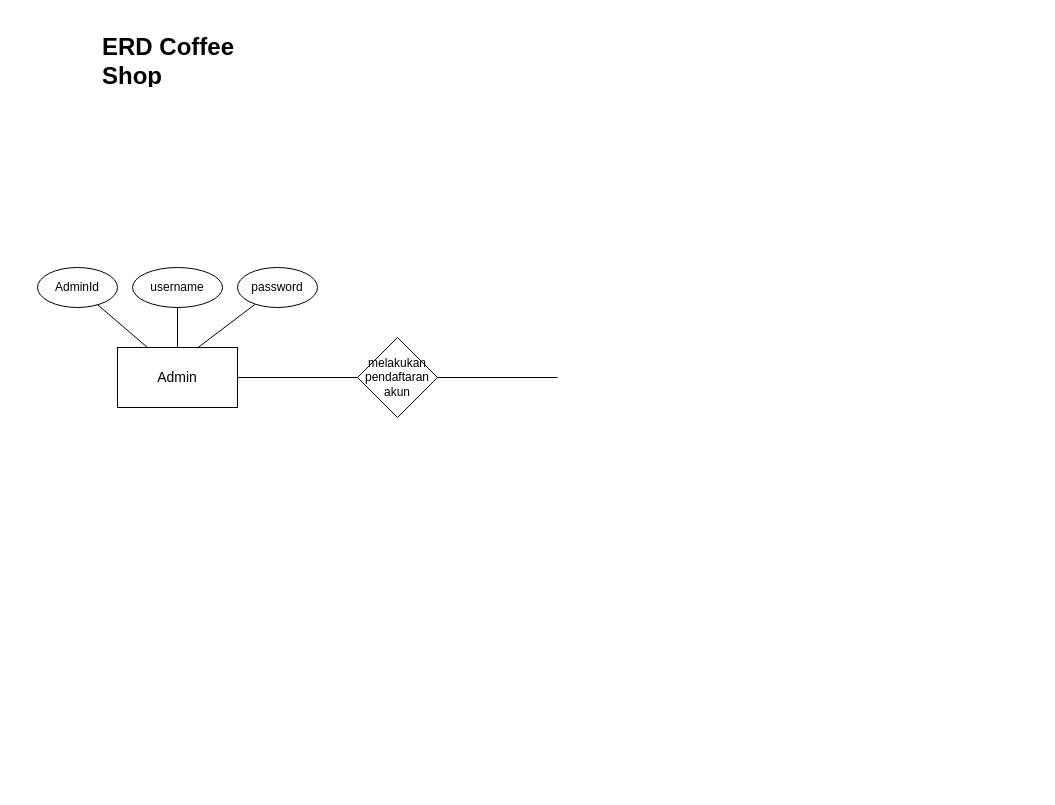
This is ErdCoffeeShop.drawio from abidalbaihaqi/CoffeeShop, a draw.io file, before an edit. Source tidied: cells renumbered, new cells numbered last; positions are measured from the earlier drawing's top-left corner, leaving out a move shared by most shapes. Both pictures are drawn from the tidied source at 100%, with x=0, y=0 at pixel (37, 27).
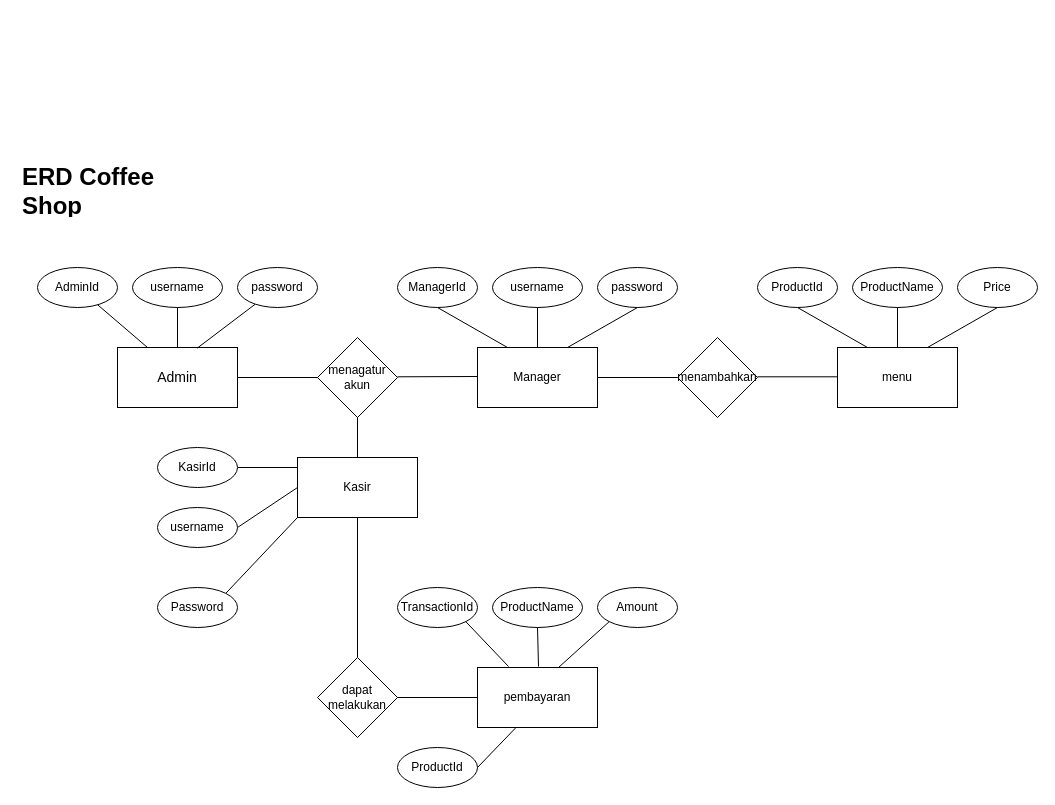
Above is the later version.

The edit, as a diff of the source:
```diff
@@
     <mxCell id="2" value="&lt;h1&gt;ERD Coffee Shop&lt;/h1&gt;" style="text;html=1;strokeColor=none;fillColor=none;spacing=5;spacingTop=-20;whiteSpace=wrap;overflow=hidden;rounded=0;" parent="1" vertex="1">
-      <mxGeometry x="60" width="190" height="60" as="geometry" />
+      <mxGeometry x="-20" y="130" width="190" height="60" as="geometry" />
     </mxCell>
@@
-    <mxCell id="9" style="endArrow=none;html=1;rounded=0;" parent="1" edge="1" target="10">
-      <mxGeometry relative="1" as="geometry">
-        <mxPoint x="200" y="350" as="sourcePoint" />
-      </mxGeometry>
-    </mxCell>
-    <mxCell id="10" value="melakukan pendaftaran akun" style="rhombus;whiteSpace=wrap;html=1;" parent="1" vertex="1">
-      <mxGeometry x="320" y="310" width="80" height="80" as="geometry" />
+    <mxCell id="10" value="menagatur akun" style="rhombus;whiteSpace=wrap;html=1;" parent="1" vertex="1">
+      <mxGeometry x="280" y="310" width="80" height="80" as="geometry" />
     </mxCell>
@@
     <mxCell id="12" style="endArrow=none;html=1;rounded=0;" parent="1" edge="1">
       <mxGeometry relative="1" as="geometry">
-        <mxPoint x="400" y="350" as="sourcePoint" />
-        <mxPoint x="520" y="350" as="targetPoint" />
+        <mxPoint x="360" y="349.3" as="sourcePoint" />
+        <mxPoint x="440" y="349" as="targetPoint" />
       </mxGeometry>
     </mxCell>
+    <mxCell id="13" value="Manager" style="rounded=0;whiteSpace=wrap;html=1;" parent="1" vertex="1">
+      <mxGeometry x="440" y="320" width="120" height="60" as="geometry" />
+    </mxCell>
+    <mxCell id="14" value="password" style="ellipse;whiteSpace=wrap;html=1;" parent="1" vertex="1">
+      <mxGeometry x="560" y="240" width="80" height="40" as="geometry" />
+    </mxCell>
+    <mxCell id="15" value="username" style="ellipse;whiteSpace=wrap;html=1;" parent="1" vertex="1">
+      <mxGeometry x="455" y="240" width="90" height="40" as="geometry" />
+    </mxCell>
+    <mxCell id="16" value="ManagerId" style="ellipse;whiteSpace=wrap;html=1;" parent="1" vertex="1">
+      <mxGeometry x="360" y="240" width="80" height="40" as="geometry" />
+    </mxCell>
+    <mxCell id="17" style="endArrow=none;html=1;rounded=0;entryX=0.5;entryY=1;entryDx=0;entryDy=0;exitX=0.75;exitY=0;exitDx=0;exitDy=0;" parent="1" edge="1" source="13" target="14">
+      <mxGeometry relative="1" as="geometry" />
+    </mxCell>
+    <mxCell id="18" style="endArrow=none;html=1;rounded=0;entryX=0.5;entryY=1;entryDx=0;entryDy=0;exitX=0.5;exitY=0;exitDx=0;exitDy=0;" parent="1" edge="1" source="13" target="15">
+      <mxGeometry relative="1" as="geometry" />
+    </mxCell>
+    <mxCell id="19" style="endArrow=none;html=1;rounded=0;entryX=0.5;entryY=1;entryDx=0;entryDy=0;exitX=0.25;exitY=0;exitDx=0;exitDy=0;" parent="1" edge="1" source="13" target="16">
+      <mxGeometry relative="1" as="geometry" />
+    </mxCell>
+    <mxCell id="20" style="endArrow=none;html=1;rounded=0;entryX=0;entryY=0.5;entryDx=0;entryDy=0;" parent="1" edge="1" target="10">
+      <mxGeometry relative="1" as="geometry">
+        <mxPoint x="200" y="350" as="sourcePoint" />
+      </mxGeometry>
+    </mxCell>
+    <mxCell id="21" style="endArrow=none;html=1;rounded=0;" parent="1" edge="1">
+      <mxGeometry relative="1" as="geometry">
+        <mxPoint x="560" y="350" as="sourcePoint" />
+        <mxPoint x="640" y="350" as="targetPoint" />
+      </mxGeometry>
+    </mxCell>
+    <mxCell id="22" value="menambahkan" style="rhombus;whiteSpace=wrap;html=1;" parent="1" vertex="1">
+      <mxGeometry x="640" y="310" width="80" height="80" as="geometry" />
+    </mxCell>
+    <mxCell id="23" value="menu" style="rounded=0;whiteSpace=wrap;html=1;" parent="1" vertex="1">
+      <mxGeometry x="800" y="320" width="120" height="60" as="geometry" />
+    </mxCell>
+    <mxCell id="24" style="endArrow=none;html=1;rounded=0;" parent="1" edge="1">
+      <mxGeometry relative="1" as="geometry">
+        <mxPoint x="720" y="349.3" as="sourcePoint" />
+        <mxPoint x="800" y="349.3" as="targetPoint" />
+      </mxGeometry>
+    </mxCell>
+    <mxCell id="25" value="Price" style="ellipse;whiteSpace=wrap;html=1;" parent="1" vertex="1">
+      <mxGeometry x="920" y="240" width="80" height="40" as="geometry" />
+    </mxCell>
+    <mxCell id="26" value="ProductName" style="ellipse;whiteSpace=wrap;html=1;" parent="1" vertex="1">
+      <mxGeometry x="815" y="240" width="90" height="40" as="geometry" />
+    </mxCell>
+    <mxCell id="27" value="ProductId" style="ellipse;whiteSpace=wrap;html=1;" parent="1" vertex="1">
+      <mxGeometry x="720" y="240" width="80" height="40" as="geometry" />
+    </mxCell>
+    <mxCell id="28" style="endArrow=none;html=1;rounded=0;entryX=0.5;entryY=1;entryDx=0;entryDy=0;exitX=0.75;exitY=0;exitDx=0;exitDy=0;" parent="1" edge="1">
+      <mxGeometry relative="1" as="geometry">
+        <mxPoint x="890" y="320" as="sourcePoint" />
+        <mxPoint x="960" y="280" as="targetPoint" />
+      </mxGeometry>
+    </mxCell>
+    <mxCell id="29" style="endArrow=none;html=1;rounded=0;entryX=0.5;entryY=1;entryDx=0;entryDy=0;exitX=0.5;exitY=0;exitDx=0;exitDy=0;" parent="1" edge="1">
+      <mxGeometry relative="1" as="geometry">
+        <mxPoint x="860" y="320" as="sourcePoint" />
+        <mxPoint x="860" y="280" as="targetPoint" />
+      </mxGeometry>
+    </mxCell>
+    <mxCell id="30" style="endArrow=none;html=1;rounded=0;entryX=0.5;entryY=1;entryDx=0;entryDy=0;exitX=0.25;exitY=0;exitDx=0;exitDy=0;" parent="1" edge="1">
+      <mxGeometry relative="1" as="geometry">
+        <mxPoint x="830" y="320" as="sourcePoint" />
+        <mxPoint x="760" y="280" as="targetPoint" />
+      </mxGeometry>
+    </mxCell>
+    <mxCell id="31" style="endArrow=none;html=1;rounded=0;exitX=0.5;exitY=0;exitDx=0;exitDy=0;" parent="1" edge="1" source="32">
+      <mxGeometry relative="1" as="geometry">
+        <mxPoint x="320" y="390" as="targetPoint" />
+      </mxGeometry>
+    </mxCell>
+    <mxCell id="32" value="Kasir" style="rounded=0;whiteSpace=wrap;html=1;" parent="1" vertex="1">
+      <mxGeometry x="260" y="430" width="120" height="60" as="geometry" />
+    </mxCell>
+    <mxCell id="33" style="endArrow=none;html=1;rounded=0;entryX=0.5;entryY=1;entryDx=0;entryDy=0;" parent="1" edge="1" target="32">
+      <mxGeometry relative="1" as="geometry">
+        <mxPoint x="320" y="630" as="sourcePoint" />
+      </mxGeometry>
+    </mxCell>
+    <mxCell id="34" value="dapat&lt;br&gt;melakukan" style="rhombus;whiteSpace=wrap;html=1;" parent="1" vertex="1">
+      <mxGeometry x="280" y="630" width="80" height="80" as="geometry" />
+    </mxCell>
+    <mxCell id="35" style="endArrow=none;html=1;rounded=0;" parent="1" edge="1">
+      <mxGeometry relative="1" as="geometry">
+        <mxPoint x="360" y="670" as="sourcePoint" />
+        <mxPoint x="440" y="670" as="targetPoint" />
+      </mxGeometry>
+    </mxCell>
+    <mxCell id="36" value="pembayaran" style="rounded=0;whiteSpace=wrap;html=1;" parent="1" vertex="1">
+      <mxGeometry x="440" y="640" width="120" height="60" as="geometry" />
+    </mxCell>
+    <mxCell id="37" value="Amount" style="ellipse;whiteSpace=wrap;html=1;" parent="1" vertex="1">
+      <mxGeometry x="560" y="560" width="80" height="40" as="geometry" />
+    </mxCell>
+    <mxCell id="38" value="ProductName" style="ellipse;whiteSpace=wrap;html=1;" parent="1" vertex="1">
+      <mxGeometry x="455" y="560" width="90" height="40" as="geometry" />
+    </mxCell>
+    <mxCell id="39" value="TransactionId" style="ellipse;whiteSpace=wrap;html=1;" parent="1" vertex="1">
+      <mxGeometry x="360" y="560" width="80" height="40" as="geometry" />
+    </mxCell>
+    <mxCell id="40" style="endArrow=none;html=1;rounded=0;exitX=0.664;exitY=0.011;exitDx=0;exitDy=0;exitPerimeter=0;entryX=0;entryY=1;entryDx=0;entryDy=0;" parent="1" edge="1" target="37">
+      <mxGeometry relative="1" as="geometry">
+        <mxPoint x="521" y="640" as="sourcePoint" />
+      </mxGeometry>
+    </mxCell>
+    <mxCell id="41" style="endArrow=none;html=1;rounded=0;exitX=0.25;exitY=0;exitDx=0;exitDy=0;entryX=1;entryY=1;entryDx=0;entryDy=0;" parent="1" edge="1" target="39">
+      <mxGeometry relative="1" as="geometry">
+        <mxPoint x="471" y="639" as="sourcePoint" />
+      </mxGeometry>
+    </mxCell>
+    <mxCell id="42" style="endArrow=none;html=1;rounded=0;exitX=0.5;exitY=0;exitDx=0;exitDy=0;entryX=0.5;entryY=1;entryDx=0;entryDy=0;" parent="1" edge="1" target="38">
+      <mxGeometry relative="1" as="geometry">
+        <mxPoint x="501" y="639" as="sourcePoint" />
+      </mxGeometry>
+    </mxCell>
+    <mxCell id="43" style="endArrow=none;html=1;rounded=0;" parent="1" edge="1">
+      <mxGeometry relative="1" as="geometry">
+        <mxPoint x="200" y="440" as="sourcePoint" />
+        <mxPoint x="260" y="440" as="targetPoint" />
+      </mxGeometry>
+    </mxCell>
+    <mxCell id="44" value="KasirId" style="ellipse;whiteSpace=wrap;html=1;" parent="1" vertex="1">
+      <mxGeometry x="120" y="420" width="80" height="40" as="geometry" />
+    </mxCell>
+    <mxCell id="45" style="endArrow=none;html=1;rounded=0;" parent="1" edge="1">
+      <mxGeometry relative="1" as="geometry">
+        <mxPoint x="200" y="500" as="sourcePoint" />
+        <mxPoint x="260" y="460" as="targetPoint" />
+      </mxGeometry>
+    </mxCell>
+    <mxCell id="46" value="username" style="ellipse;whiteSpace=wrap;html=1;" parent="1" vertex="1">
+      <mxGeometry x="120" y="480" width="80" height="40" as="geometry" />
+    </mxCell>
+    <mxCell id="47" style="endArrow=none;html=1;rounded=0;exitX=1;exitY=0;exitDx=0;exitDy=0;" parent="1" edge="1" source="48">
+      <mxGeometry relative="1" as="geometry">
+        <mxPoint x="260" y="490" as="targetPoint" />
+      </mxGeometry>
+    </mxCell>
+    <mxCell id="48" value="Password" style="ellipse;whiteSpace=wrap;html=1;" parent="1" vertex="1">
+      <mxGeometry x="120" y="560" width="80" height="40" as="geometry" />
+    </mxCell>
+    <mxCell id="49" value="ProductId" style="ellipse;whiteSpace=wrap;html=1;" parent="1" vertex="1">
+      <mxGeometry x="360" y="720" width="80" height="40" as="geometry" />
+    </mxCell>
+    <mxCell id="50" style="endArrow=none;html=1;rounded=0;exitX=1;exitY=0.5;exitDx=0;exitDy=0;entryX=1;entryY=1;entryDx=0;entryDy=0;" parent="1" edge="1" source="49">
+      <mxGeometry relative="1" as="geometry">
+        <mxPoint x="478.5" y="700" as="targetPoint" />
+      </mxGeometry>
+    </mxCell>
```
